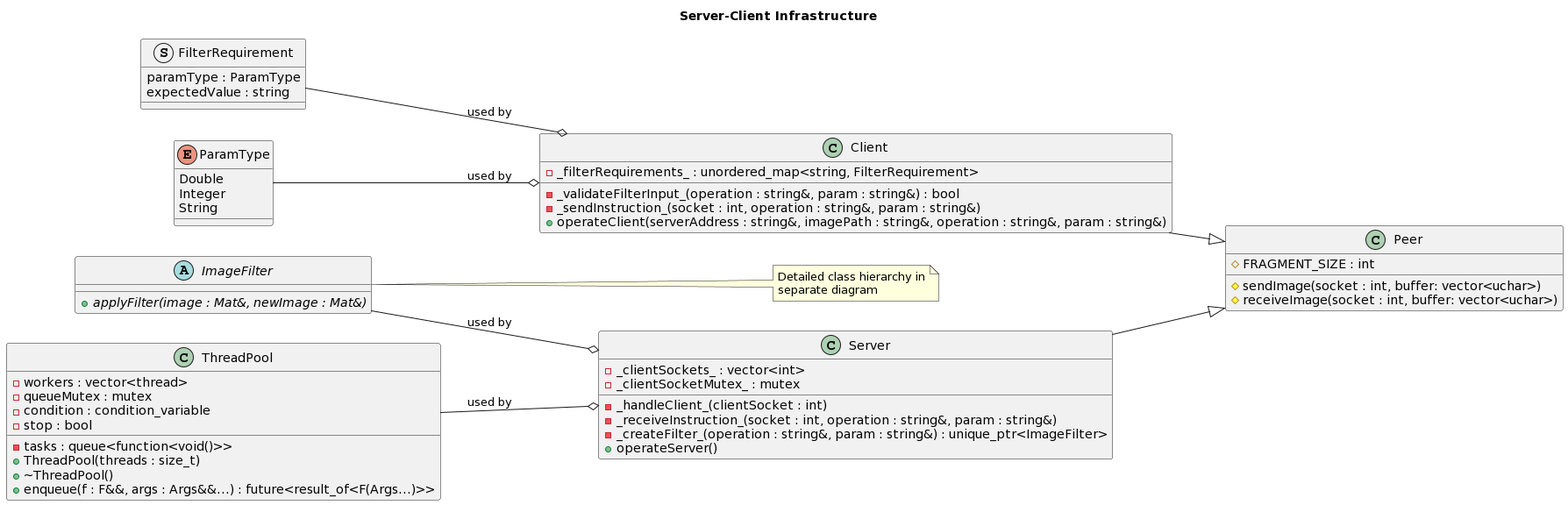
Before: task/UML Diagrams/serverclientUML.png, a diagram exported from PlantUML (Khthonian/DistributedProcessing).
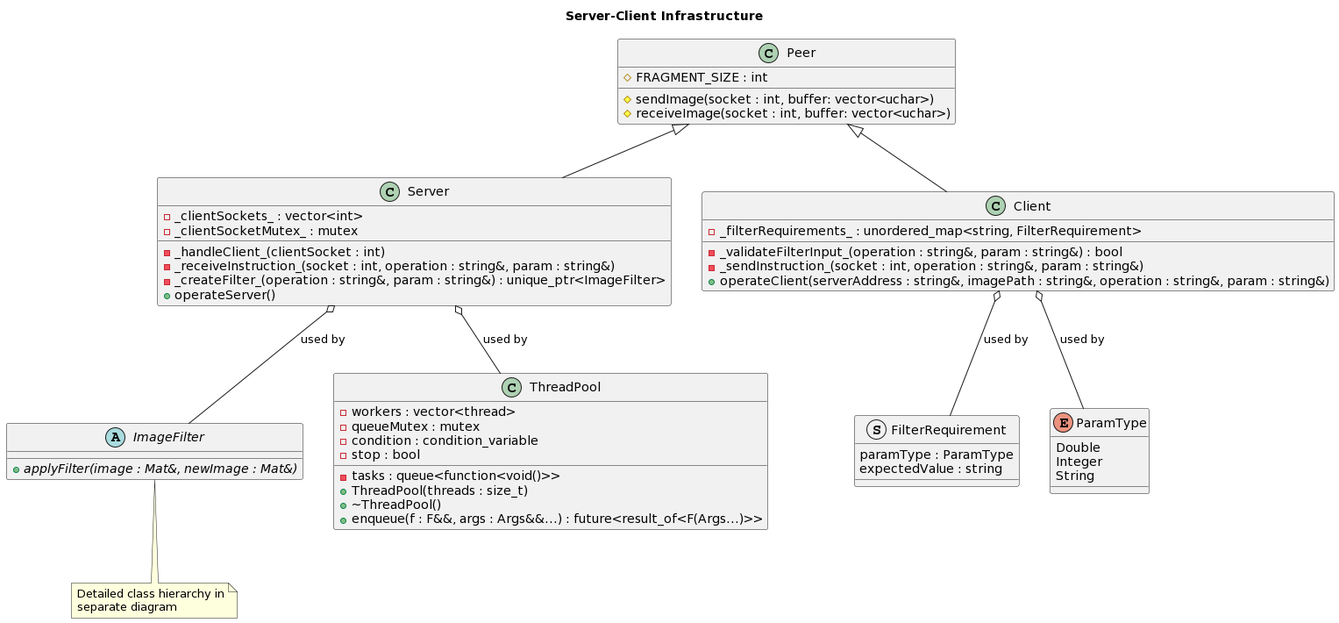
Above is the later version.

Commit message:
feat(task): Update server-client UML diagram

Diff of the diagram source:
```diff
@@ -1,7 +1,5 @@
 @startuml
-left to right direction
 title Server-Client Infrastructure
-
 class Peer {
   #FRAGMENT_SIZE : int
   #sendImage(socket : int, buffer: vector<uchar>)
@@ -39,7 +37,7 @@
   {abstract} +applyFilter(image : Mat&, newImage : Mat&)
 }
 
-note right of ImageFilter : Detailed class hierarchy in\nseparate diagram
+note bottom of ImageFilter : Detailed class hierarchy in\nseparate diagram
 
 class ThreadPool {
   -workers : vector<thread>
@@ -52,11 +50,11 @@
   +enqueue(f : F&&, args : Args&&...) : future<result_of<F(Args...)>>
 }
 
-Client --|> Peer
-Server --|> Peer
-FilterRequirement --o Client : used by
-ParamType --o Client : used by
+Client -up-|> Peer
+Server -up-|> Peer
+FilterRequirement -up-o Client : used by
+ParamType -up-o Client : used by
 
-ThreadPool --o Server : used by
-ImageFilter --o Server : used by
+ThreadPool -up-o Server : used by
+ImageFilter -up-o Server : used by
 @enduml
```
